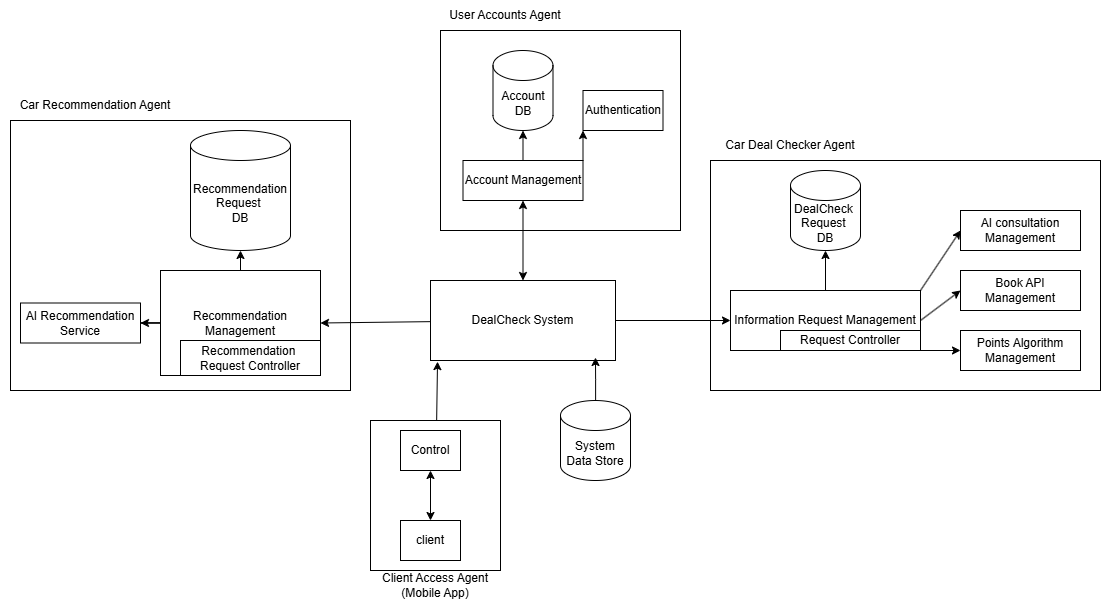
AhsanM71/SFWRENG-3A04-D1 keeps this draw.io diagram as D2/3A04_sys2.png. Above is the earlier version. Source tidied: cells renumbered, new cells last; positions are measured from the earlier drawing's top-left corner, leaving out a move shared by most shapes. Its diagram source:
```xml
<mxGraphModel>
  <root>
    <mxCell id="0" />
    <mxCell id="1" parent="0" />
    <mxCell id="2" style="rounded=0;jettySize=auto;html=1;entryX=0.038;entryY=1.014;entryDx=0;entryDy=0;entryPerimeter=0;" parent="1" edge="1" source="3" target="23">
      <mxGeometry relative="1" as="geometry" />
    </mxCell>
    <mxCell id="3" style="rounded=0;whiteSpace=wrap;html=1;" parent="1" vertex="1">
      <mxGeometry x="370" y="420" width="130" height="150" as="geometry" />
    </mxCell>
    <mxCell id="4" style="rounded=0;whiteSpace=wrap;html=1;" parent="1" vertex="1">
      <mxGeometry x="710" y="160" width="390" height="230" as="geometry" />
    </mxCell>
    <mxCell id="5" style="rounded=0;whiteSpace=wrap;html=1;" parent="1" vertex="1">
      <mxGeometry x="440" y="30" width="240" height="200" as="geometry" />
    </mxCell>
    <mxCell id="6" style="rounded=0;whiteSpace=wrap;html=1;" parent="1" vertex="1">
      <mxGeometry x="10" y="120" width="340" height="270" as="geometry" />
    </mxCell>
    <mxCell id="7" value="DealCheck&amp;nbsp; Request&amp;nbsp;&lt;div&gt;DB&lt;/div&gt;" style="shape=cylinder3;whiteSpace=wrap;html=1;boundedLbl=1;backgroundOutline=1;size=15;" parent="1" vertex="1">
      <mxGeometry x="790" y="170" width="70" height="80" as="geometry" />
    </mxCell>
    <mxCell id="8" value="Information Request Management" style="rounded=0;whiteSpace=wrap;html=1;" parent="1" vertex="1">
      <mxGeometry x="730" y="290" width="190" height="60" as="geometry" />
    </mxCell>
    <mxCell id="9" style="endArrow=classic;html=1;rounded=0;entryX=0.5;entryY=1;entryDx=0;entryDy=0;entryPerimeter=0;exitX=0.5;exitY=0;exitDx=0;exitDy=0;" parent="1" edge="1" source="8" target="7">
      <mxGeometry relative="1" as="geometry" />
    </mxCell>
    <mxCell id="10" value="AI consultation Management" style="rounded=0;whiteSpace=wrap;html=1;" parent="1" vertex="1">
      <mxGeometry x="960" y="210" width="120" height="40" as="geometry" />
    </mxCell>
    <mxCell id="11" value="Book API Management" style="rounded=0;whiteSpace=wrap;html=1;" parent="1" vertex="1">
      <mxGeometry x="960" y="270" width="120" height="40" as="geometry" />
    </mxCell>
    <mxCell id="12" value="Points Algorithm Management" style="rounded=0;whiteSpace=wrap;html=1;" parent="1" vertex="1">
      <mxGeometry x="960" y="330" width="120" height="40" as="geometry" />
    </mxCell>
    <mxCell id="13" style="endArrow=classic;html=1;rounded=0;exitX=1;exitY=0;exitDx=0;exitDy=0;entryX=0;entryY=0.5;entryDx=0;entryDy=0;" parent="1" edge="1" source="8" target="10">
      <mxGeometry relative="1" as="geometry" />
    </mxCell>
    <mxCell id="14" style="endArrow=classic;html=1;rounded=0;exitX=1;exitY=0.5;exitDx=0;exitDy=0;entryX=0;entryY=0.5;entryDx=0;entryDy=0;" parent="1" edge="1" source="8" target="11">
      <mxGeometry relative="1" as="geometry" />
    </mxCell>
    <mxCell id="15" style="endArrow=classic;html=1;rounded=0;exitX=1;exitY=1;exitDx=0;exitDy=0;entryX=0;entryY=0.5;entryDx=0;entryDy=0;" parent="1" edge="1" source="8" target="12">
      <mxGeometry relative="1" as="geometry" />
    </mxCell>
    <mxCell id="16" value="Account DB" style="shape=cylinder3;whiteSpace=wrap;html=1;boundedLbl=1;backgroundOutline=1;size=15;" parent="1" vertex="1">
      <mxGeometry x="492.5" y="50" width="60" height="80" as="geometry" />
    </mxCell>
    <mxCell id="17" style="rounded=0;jettySize=auto;html=1;exitX=1;exitY=0;exitDx=0;exitDy=0;entryX=0;entryY=1;entryDx=0;entryDy=0;" parent="1" edge="1" source="18" target="24">
      <mxGeometry relative="1" as="geometry" />
    </mxCell>
    <mxCell id="18" value="Account Management" style="rounded=0;whiteSpace=wrap;html=1;" parent="1" vertex="1">
      <mxGeometry x="462.5" y="160" width="120" height="40" as="geometry" />
    </mxCell>
    <mxCell id="19" style="endArrow=classic;html=1;rounded=0;entryX=0.5;entryY=1;entryDx=0;entryDy=0;entryPerimeter=0;exitX=0.5;exitY=0;exitDx=0;exitDy=0;" parent="1" edge="1" source="18" target="16">
      <mxGeometry relative="1" as="geometry" />
    </mxCell>
    <mxCell id="20" style="rounded=0;jettySize=auto;html=1;exitX=1;exitY=0.5;exitDx=0;exitDy=0;entryX=0;entryY=0.5;entryDx=0;entryDy=0;" parent="1" edge="1" source="23" target="8">
      <mxGeometry relative="1" as="geometry" />
    </mxCell>
    <mxCell id="21" style="rounded=0;jettySize=auto;html=1;entryX=1;entryY=0.5;entryDx=0;entryDy=0;" parent="1" edge="1" source="23" target="27">
      <mxGeometry relative="1" as="geometry" />
    </mxCell>
    <mxCell id="22" style="rounded=0;jettySize=auto;html=1;exitX=0.5;exitY=0;exitDx=0;exitDy=0;entryX=0.5;entryY=1;entryDx=0;entryDy=0;startArrow=classic;startFill=1;" parent="1" edge="1" source="23" target="18">
      <mxGeometry relative="1" as="geometry" />
    </mxCell>
    <mxCell id="23" value="DealCheck System" style="rounded=0;whiteSpace=wrap;html=1;" parent="1" vertex="1">
      <mxGeometry x="430" y="280" width="185" height="80" as="geometry" />
    </mxCell>
    <mxCell id="24" value="Authentication" style="rounded=0;whiteSpace=wrap;html=1;" parent="1" vertex="1">
      <mxGeometry x="582.5" y="90" width="80" height="40" as="geometry" />
    </mxCell>
    <mxCell id="25" value="Request Controller" style="rounded=0;whiteSpace=wrap;html=1;" parent="1" vertex="1">
      <mxGeometry x="780" y="330" width="140" height="20" as="geometry" />
    </mxCell>
    <mxCell id="26" style="edgeStyle=orthogonalEdgeStyle;rounded=0;jettySize=auto;html=1;entryX=1;entryY=0.5;entryDx=0;entryDy=0;" parent="1" edge="1" source="27" target="30">
      <mxGeometry relative="1" as="geometry" />
    </mxCell>
    <mxCell id="27" value="Recommendation Management" style="rounded=0;whiteSpace=wrap;html=1;" parent="1" vertex="1">
      <mxGeometry x="160" y="270" width="160" height="105" as="geometry" />
    </mxCell>
    <mxCell id="28" value="Recommendation&lt;div&gt;Request&amp;nbsp;&lt;div&gt;DB&lt;/div&gt;&lt;/div&gt;" style="shape=cylinder3;whiteSpace=wrap;html=1;boundedLbl=1;backgroundOutline=1;size=15;" parent="1" vertex="1">
      <mxGeometry x="190" y="130" width="100" height="120" as="geometry" />
    </mxCell>
    <mxCell id="29" style="rounded=0;jettySize=auto;html=1;exitX=0.5;exitY=0;exitDx=0;exitDy=0;entryX=0.5;entryY=1;entryDx=0;entryDy=0;entryPerimeter=0;" parent="1" edge="1" source="27" target="28">
      <mxGeometry relative="1" as="geometry" />
    </mxCell>
    <mxCell id="30" value="AI Recommendation Service" style="rounded=0;whiteSpace=wrap;html=1;" parent="1" vertex="1">
      <mxGeometry x="20" y="302.5" width="120" height="40" as="geometry" />
    </mxCell>
    <mxCell id="31" style="edgeStyle=orthogonalEdgeStyle;rounded=0;jettySize=auto;html=1;entryX=0.5;entryY=1;entryDx=0;entryDy=0;startArrow=classic;startFill=1;" parent="1" edge="1" source="32" target="33">
      <mxGeometry relative="1" as="geometry" />
    </mxCell>
    <mxCell id="32" value="client" style="rounded=0;whiteSpace=wrap;html=1;" parent="1" vertex="1">
      <mxGeometry x="400" y="520" width="60" height="40" as="geometry" />
    </mxCell>
    <mxCell id="33" value="Control" style="rounded=0;whiteSpace=wrap;html=1;" parent="1" vertex="1">
      <mxGeometry x="400" y="430" width="60" height="40" as="geometry" />
    </mxCell>
    <mxCell id="34" value="Recommendation&amp;nbsp; Request Controller" style="rounded=0;whiteSpace=wrap;html=1;" parent="1" vertex="1">
      <mxGeometry x="180" y="340" width="140" height="35" as="geometry" />
    </mxCell>
    <mxCell id="35" value="Car Recommendation Agent" style="text;html=1;align=center;verticalAlign=middle;whiteSpace=wrap;rounded=0;" parent="1" vertex="1">
      <mxGeometry y="90" width="190" height="30" as="geometry" />
    </mxCell>
    <mxCell id="36" value="User Accounts Agent" style="text;html=1;align=center;verticalAlign=middle;whiteSpace=wrap;rounded=0;" parent="1" vertex="1">
      <mxGeometry x="440" width="130" height="30" as="geometry" />
    </mxCell>
    <mxCell id="37" value="Car Deal Checker Agent" style="text;html=1;align=center;verticalAlign=middle;whiteSpace=wrap;rounded=0;" parent="1" vertex="1">
      <mxGeometry x="710" y="130" width="160" height="30" as="geometry" />
    </mxCell>
    <mxCell id="38" value="Client Access Agent (Mobile App)" style="text;html=1;align=center;verticalAlign=middle;whiteSpace=wrap;rounded=0;" parent="1" vertex="1">
      <mxGeometry x="370" y="570" width="130" height="30" as="geometry" />
    </mxCell>
    <mxCell id="39" value="System Data Store" style="shape=cylinder3;whiteSpace=wrap;html=1;boundedLbl=1;backgroundOutline=1;size=15;" parent="1" vertex="1">
      <mxGeometry x="560" y="400" width="70" height="80" as="geometry" />
    </mxCell>
    <mxCell id="40" style="edgeStyle=orthogonalEdgeStyle;rounded=0;jettySize=auto;html=1;entryX=0.857;entryY=0.85;entryDx=0;entryDy=0;entryPerimeter=0;" parent="1" edge="1" source="39">
      <mxGeometry relative="1" as="geometry">
        <mxPoint x="595" y="357" as="targetPoint" />
      </mxGeometry>
    </mxCell>
  </root>
</mxGraphModel>
```
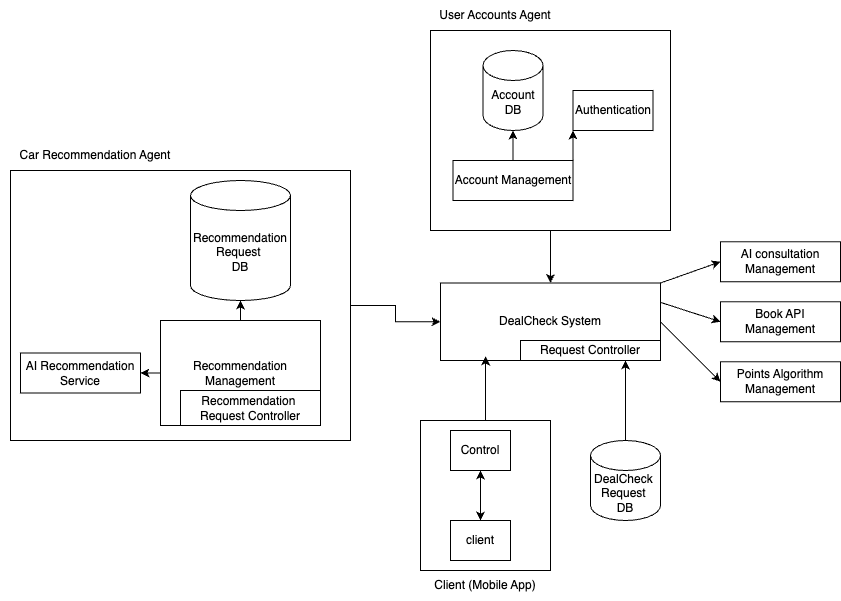
After the commit.

Commit message:
Update D2 diagrams and CRCs

The edit, as a diff of the source:
```diff
@@ -2,46 +2,40 @@
   <root>
     <mxCell id="0" />
     <mxCell id="1" parent="0" />
-    <mxCell id="2" style="rounded=0;jettySize=auto;html=1;entryX=0.038;entryY=1.014;entryDx=0;entryDy=0;entryPerimeter=0;" parent="1" edge="1" source="3" target="23">
-      <mxGeometry relative="1" as="geometry" />
-    </mxCell>
     <mxCell id="3" style="rounded=0;whiteSpace=wrap;html=1;" parent="1" vertex="1">
-      <mxGeometry x="370" y="420" width="130" height="150" as="geometry" />
+      <mxGeometry x="430" y="420" width="130" height="150" as="geometry" />
     </mxCell>
-    <mxCell id="4" style="rounded=0;whiteSpace=wrap;html=1;" parent="1" vertex="1">
-      <mxGeometry x="710" y="160" width="390" height="230" as="geometry" />
-    </mxCell>
+    <mxCell id="41" style="edgeStyle=orthogonalEdgeStyle;rounded=0;jettySize=auto;html=1;exitX=0.5;exitY=1;exitDx=0;exitDy=0;entryX=0.5;entryY=0;entryDx=0;entryDy=0;" parent="1" edge="1" source="5" target="8">
+      <mxGeometry relative="1" as="geometry" />
+    </mxCell>
     <mxCell id="5" style="rounded=0;whiteSpace=wrap;html=1;" parent="1" vertex="1">
       <mxGeometry x="440" y="30" width="240" height="200" as="geometry" />
     </mxCell>
+    <mxCell id="42" style="edgeStyle=orthogonalEdgeStyle;rounded=0;jettySize=auto;html=1;" parent="1" edge="1" source="6" target="8">
+      <mxGeometry relative="1" as="geometry" />
+    </mxCell>
     <mxCell id="6" style="rounded=0;whiteSpace=wrap;html=1;" parent="1" vertex="1">
-      <mxGeometry x="10" y="120" width="340" height="270" as="geometry" />
+      <mxGeometry x="20" y="170" width="340" height="270" as="geometry" />
     </mxCell>
-    <mxCell id="7" value="DealCheck&amp;nbsp; Request&amp;nbsp;&lt;div&gt;DB&lt;/div&gt;" style="shape=cylinder3;whiteSpace=wrap;html=1;boundedLbl=1;backgroundOutline=1;size=15;" parent="1" vertex="1">
-      <mxGeometry x="790" y="170" width="70" height="80" as="geometry" />
-    </mxCell>
-    <mxCell id="8" value="Information Request Management" style="rounded=0;whiteSpace=wrap;html=1;" parent="1" vertex="1">
-      <mxGeometry x="730" y="290" width="190" height="60" as="geometry" />
+    <mxCell id="8" value="DealCheck System" style="rounded=0;whiteSpace=wrap;html=1;" parent="1" vertex="1">
+      <mxGeometry x="450" y="282.5" width="220" height="77.5" as="geometry" />
     </mxCell>
-    <mxCell id="9" style="endArrow=classic;html=1;rounded=0;entryX=0.5;entryY=1;entryDx=0;entryDy=0;entryPerimeter=0;exitX=0.5;exitY=0;exitDx=0;exitDy=0;" parent="1" edge="1" source="8" target="7">
-      <mxGeometry relative="1" as="geometry" />
-    </mxCell>
     <mxCell id="10" value="AI consultation Management" style="rounded=0;whiteSpace=wrap;html=1;" parent="1" vertex="1">
-      <mxGeometry x="960" y="210" width="120" height="40" as="geometry" />
+      <mxGeometry x="730" y="241.2" width="120" height="40" as="geometry" />
     </mxCell>
     <mxCell id="11" value="Book API Management" style="rounded=0;whiteSpace=wrap;html=1;" parent="1" vertex="1">
-      <mxGeometry x="960" y="270" width="120" height="40" as="geometry" />
+      <mxGeometry x="730" y="301.2" width="120" height="40" as="geometry" />
     </mxCell>
     <mxCell id="12" value="Points Algorithm Management" style="rounded=0;whiteSpace=wrap;html=1;" parent="1" vertex="1">
-      <mxGeometry x="960" y="330" width="120" height="40" as="geometry" />
+      <mxGeometry x="730" y="361.2" width="120" height="40" as="geometry" />
     </mxCell>
     <mxCell id="13" style="endArrow=classic;html=1;rounded=0;exitX=1;exitY=0;exitDx=0;exitDy=0;entryX=0;entryY=0.5;entryDx=0;entryDy=0;" parent="1" edge="1" source="8" target="10">
       <mxGeometry relative="1" as="geometry" />
     </mxCell>
-    <mxCell id="14" style="endArrow=classic;html=1;rounded=0;exitX=1;exitY=0.5;exitDx=0;exitDy=0;entryX=0;entryY=0.5;entryDx=0;entryDy=0;" parent="1" edge="1" source="8" target="11">
+    <mxCell id="14" style="endArrow=classic;html=1;rounded=0;exitX=1;exitY=0.25;exitDx=0;exitDy=0;entryX=0;entryY=0.5;entryDx=0;entryDy=0;" parent="1" edge="1" source="8" target="11">
       <mxGeometry relative="1" as="geometry" />
     </mxCell>
-    <mxCell id="15" style="endArrow=classic;html=1;rounded=0;exitX=1;exitY=1;exitDx=0;exitDy=0;entryX=0;entryY=0.5;entryDx=0;entryDy=0;" parent="1" edge="1" source="8" target="12">
+    <mxCell id="15" style="endArrow=classic;html=1;rounded=0;exitX=1;exitY=0.5;exitDx=0;exitDy=0;entryX=0;entryY=0.5;entryDx=0;entryDy=0;" parent="1" edge="1" source="8" target="12">
       <mxGeometry relative="1" as="geometry" />
     </mxCell>
     <mxCell id="16" value="Account DB" style="shape=cylinder3;whiteSpace=wrap;html=1;boundedLbl=1;backgroundOutline=1;size=15;" parent="1" vertex="1">
@@ -56,70 +50,56 @@
     <mxCell id="19" style="endArrow=classic;html=1;rounded=0;entryX=0.5;entryY=1;entryDx=0;entryDy=0;entryPerimeter=0;exitX=0.5;exitY=0;exitDx=0;exitDy=0;" parent="1" edge="1" source="18" target="16">
       <mxGeometry relative="1" as="geometry" />
     </mxCell>
-    <mxCell id="20" style="rounded=0;jettySize=auto;html=1;exitX=1;exitY=0.5;exitDx=0;exitDy=0;entryX=0;entryY=0.5;entryDx=0;entryDy=0;" parent="1" edge="1" source="23" target="8">
-      <mxGeometry relative="1" as="geometry" />
-    </mxCell>
-    <mxCell id="21" style="rounded=0;jettySize=auto;html=1;entryX=1;entryY=0.5;entryDx=0;entryDy=0;" parent="1" edge="1" source="23" target="27">
-      <mxGeometry relative="1" as="geometry" />
-    </mxCell>
-    <mxCell id="22" style="rounded=0;jettySize=auto;html=1;exitX=0.5;exitY=0;exitDx=0;exitDy=0;entryX=0.5;entryY=1;entryDx=0;entryDy=0;startArrow=classic;startFill=1;" parent="1" edge="1" source="23" target="18">
-      <mxGeometry relative="1" as="geometry" />
-    </mxCell>
-    <mxCell id="23" value="DealCheck System" style="rounded=0;whiteSpace=wrap;html=1;" parent="1" vertex="1">
-      <mxGeometry x="430" y="280" width="185" height="80" as="geometry" />
-    </mxCell>
     <mxCell id="24" value="Authentication" style="rounded=0;whiteSpace=wrap;html=1;" parent="1" vertex="1">
       <mxGeometry x="582.5" y="90" width="80" height="40" as="geometry" />
     </mxCell>
     <mxCell id="25" value="Request Controller" style="rounded=0;whiteSpace=wrap;html=1;" parent="1" vertex="1">
-      <mxGeometry x="780" y="330" width="140" height="20" as="geometry" />
+      <mxGeometry x="530" y="340" width="140" height="20" as="geometry" />
     </mxCell>
     <mxCell id="26" style="edgeStyle=orthogonalEdgeStyle;rounded=0;jettySize=auto;html=1;entryX=1;entryY=0.5;entryDx=0;entryDy=0;" parent="1" edge="1" source="27" target="30">
       <mxGeometry relative="1" as="geometry" />
     </mxCell>
     <mxCell id="27" value="Recommendation Management" style="rounded=0;whiteSpace=wrap;html=1;" parent="1" vertex="1">
-      <mxGeometry x="160" y="270" width="160" height="105" as="geometry" />
+      <mxGeometry x="170" y="320" width="160" height="105" as="geometry" />
     </mxCell>
     <mxCell id="28" value="Recommendation&lt;div&gt;Request&amp;nbsp;&lt;div&gt;DB&lt;/div&gt;&lt;/div&gt;" style="shape=cylinder3;whiteSpace=wrap;html=1;boundedLbl=1;backgroundOutline=1;size=15;" parent="1" vertex="1">
-      <mxGeometry x="190" y="130" width="100" height="120" as="geometry" />
+      <mxGeometry x="200" y="180" width="100" height="120" as="geometry" />
     </mxCell>
     <mxCell id="29" style="rounded=0;jettySize=auto;html=1;exitX=0.5;exitY=0;exitDx=0;exitDy=0;entryX=0.5;entryY=1;entryDx=0;entryDy=0;entryPerimeter=0;" parent="1" edge="1" source="27" target="28">
       <mxGeometry relative="1" as="geometry" />
     </mxCell>
     <mxCell id="30" value="AI Recommendation Service" style="rounded=0;whiteSpace=wrap;html=1;" parent="1" vertex="1">
-      <mxGeometry x="20" y="302.5" width="120" height="40" as="geometry" />
+      <mxGeometry x="30" y="352.5" width="120" height="40" as="geometry" />
     </mxCell>
     <mxCell id="31" style="edgeStyle=orthogonalEdgeStyle;rounded=0;jettySize=auto;html=1;entryX=0.5;entryY=1;entryDx=0;entryDy=0;startArrow=classic;startFill=1;" parent="1" edge="1" source="32" target="33">
       <mxGeometry relative="1" as="geometry" />
     </mxCell>
     <mxCell id="32" value="client" style="rounded=0;whiteSpace=wrap;html=1;" parent="1" vertex="1">
-      <mxGeometry x="400" y="520" width="60" height="40" as="geometry" />
+      <mxGeometry x="460" y="520" width="60" height="40" as="geometry" />
     </mxCell>
     <mxCell id="33" value="Control" style="rounded=0;whiteSpace=wrap;html=1;" parent="1" vertex="1">
-      <mxGeometry x="400" y="430" width="60" height="40" as="geometry" />
+      <mxGeometry x="460" y="430" width="60" height="40" as="geometry" />
     </mxCell>
     <mxCell id="34" value="Recommendation&amp;nbsp; Request Controller" style="rounded=0;whiteSpace=wrap;html=1;" parent="1" vertex="1">
-      <mxGeometry x="180" y="340" width="140" height="35" as="geometry" />
+      <mxGeometry x="190" y="390" width="140" height="35" as="geometry" />
     </mxCell>
     <mxCell id="35" value="Car Recommendation Agent" style="text;html=1;align=center;verticalAlign=middle;whiteSpace=wrap;rounded=0;" parent="1" vertex="1">
-      <mxGeometry y="90" width="190" height="30" as="geometry" />
+      <mxGeometry x="10" y="140" width="190" height="30" as="geometry" />
     </mxCell>
     <mxCell id="36" value="User Accounts Agent" style="text;html=1;align=center;verticalAlign=middle;whiteSpace=wrap;rounded=0;" parent="1" vertex="1">
       <mxGeometry x="440" width="130" height="30" as="geometry" />
     </mxCell>
-    <mxCell id="37" value="Car Deal Checker Agent" style="text;html=1;align=center;verticalAlign=middle;whiteSpace=wrap;rounded=0;" parent="1" vertex="1">
-      <mxGeometry x="710" y="130" width="160" height="30" as="geometry" />
-    </mxCell>
-    <mxCell id="38" value="Client Access Agent (Mobile App)" style="text;html=1;align=center;verticalAlign=middle;whiteSpace=wrap;rounded=0;" parent="1" vertex="1">
-      <mxGeometry x="370" y="570" width="130" height="30" as="geometry" />
+    <mxCell id="38" value="Client (Mobile App)" style="text;html=1;align=center;verticalAlign=middle;whiteSpace=wrap;rounded=0;" parent="1" vertex="1">
+      <mxGeometry x="430" y="570" width="130" height="30" as="geometry" />
     </mxCell>
+    <mxCell id="43" style="edgeStyle=orthogonalEdgeStyle;rounded=0;jettySize=auto;html=1;exitX=0.5;exitY=0;exitDx=0;exitDy=0;exitPerimeter=0;entryX=0.75;entryY=1;entryDx=0;entryDy=0;" parent="1" edge="1" source="39" target="25">
+      <mxGeometry relative="1" as="geometry" />
+    </mxCell>
-    <mxCell id="39" value="System Data Store" style="shape=cylinder3;whiteSpace=wrap;html=1;boundedLbl=1;backgroundOutline=1;size=15;" parent="1" vertex="1">
-      <mxGeometry x="560" y="400" width="70" height="80" as="geometry" />
+    <mxCell id="39" value="DealCheck&amp;nbsp; Request&amp;nbsp;&lt;div&gt;DB&lt;/div&gt;" style="shape=cylinder3;whiteSpace=wrap;html=1;boundedLbl=1;backgroundOutline=1;size=15;" parent="1" vertex="1">
+      <mxGeometry x="600" y="440" width="70" height="80" as="geometry" />
     </mxCell>
-    <mxCell id="40" style="edgeStyle=orthogonalEdgeStyle;rounded=0;jettySize=auto;html=1;entryX=0.857;entryY=0.85;entryDx=0;entryDy=0;entryPerimeter=0;" parent="1" edge="1" source="39">
-      <mxGeometry relative="1" as="geometry">
-        <mxPoint x="595" y="357" as="targetPoint" />
-      </mxGeometry>
-    </mxCell>
+    <mxCell id="44" style="edgeStyle=orthogonalEdgeStyle;rounded=0;jettySize=auto;html=1;entryX=0.205;entryY=0.948;entryDx=0;entryDy=0;entryPerimeter=0;" parent="1" edge="1" source="3" target="8">
+      <mxGeometry relative="1" as="geometry" />
+    </mxCell>
   </root>
 </mxGraphModel>
```
